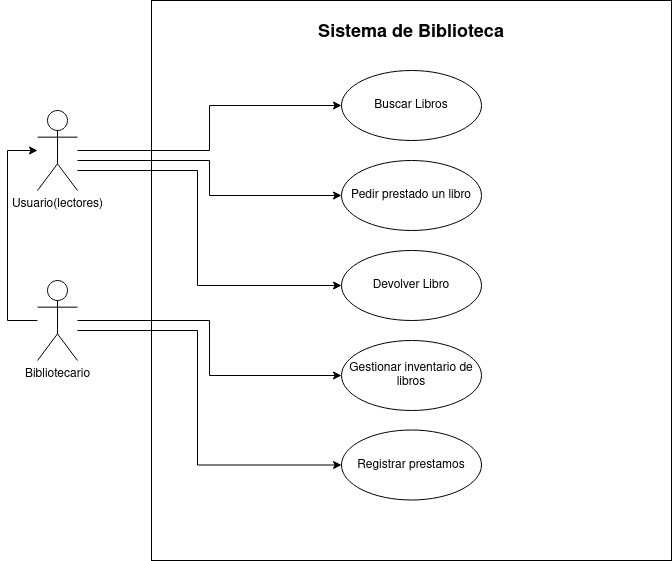
alejandrosalazargonzalez/tarea-diagramas keeps this draw.io diagram as Biblioteca.png. Above is the earlier version. Source tidied: cells renumbered, new cells last; positions are measured from the earlier drawing's top-left corner, leaving out a move shared by most shapes. Its diagram source:
```xml
<mxGraphModel>
  <root>
    <mxCell id="0" />
    <mxCell id="1" parent="0" />
    <mxCell id="2" style="group;" parent="1" vertex="1">
      <mxGeometry x="144" width="520" height="560" as="geometry" />
    </mxCell>
    <mxCell id="3" value="&lt;h2 dir=&quot;auto&quot; class=&quot;heading-element&quot; tabindex=&quot;-1&quot;&gt;Sistema de Biblioteca&lt;/h2&gt;" style="shape=rect;html=1;verticalAlign=top;fontStyle=1;whiteSpace=wrap;align=center;fillColor=none;" parent="2" vertex="1">
      <mxGeometry width="520" height="560" as="geometry" />
    </mxCell>
    <mxCell id="4" value="Buscar Libros" style="ellipse;whiteSpace=wrap;html=1;" parent="2" vertex="1">
      <mxGeometry x="190" y="70" width="140" height="70" as="geometry" />
    </mxCell>
    <mxCell id="5" value="Pedir prestado un libro" style="ellipse;whiteSpace=wrap;html=1;" parent="2" vertex="1">
      <mxGeometry x="190" y="160" width="140" height="70" as="geometry" />
    </mxCell>
    <mxCell id="6" value="Devolver Libro" style="ellipse;whiteSpace=wrap;html=1;" parent="2" vertex="1">
      <mxGeometry x="190" y="250" width="140" height="70" as="geometry" />
    </mxCell>
    <mxCell id="7" value="Gestionar inventario de libros" style="ellipse;whiteSpace=wrap;html=1;" parent="2" vertex="1">
      <mxGeometry x="190" y="340" width="140" height="70" as="geometry" />
    </mxCell>
    <mxCell id="8" value="Registrar prestamos" style="ellipse;whiteSpace=wrap;html=1;" parent="2" vertex="1">
      <mxGeometry x="190" y="429.5" width="140" height="70" as="geometry" />
    </mxCell>
    <mxCell id="9" style="edgeStyle=orthogonalEdgeStyle;rounded=0;jettySize=auto;html=1;entryX=0;entryY=0.5;entryDx=0;entryDy=0;" parent="1" edge="1" source="12" target="4">
      <mxGeometry relative="1" as="geometry" />
    </mxCell>
    <mxCell id="10" style="edgeStyle=orthogonalEdgeStyle;rounded=0;jettySize=auto;html=1;entryX=0;entryY=0.5;entryDx=0;entryDy=0;" parent="1" edge="1" source="12" target="5">
      <mxGeometry relative="1" as="geometry">
        <Array as="points">
          <mxPoint x="202" y="160" />
          <mxPoint x="202" y="195" />
        </Array>
      </mxGeometry>
    </mxCell>
    <mxCell id="11" style="edgeStyle=orthogonalEdgeStyle;rounded=0;jettySize=auto;html=1;entryX=0;entryY=0.5;entryDx=0;entryDy=0;" parent="1" edge="1" source="12" target="6">
      <mxGeometry relative="1" as="geometry">
        <Array as="points">
          <mxPoint x="190" y="170" />
          <mxPoint x="190" y="285" />
        </Array>
      </mxGeometry>
    </mxCell>
    <mxCell id="12" value="Usuario(lectores)" style="shape=umlActor;html=1;verticalLabelPosition=bottom;verticalAlign=top;align=center;" parent="1" vertex="1">
      <mxGeometry x="30" y="110" width="40" height="80" as="geometry" />
    </mxCell>
    <mxCell id="13" style="edgeStyle=orthogonalEdgeStyle;rounded=0;jettySize=auto;html=1;entryX=0;entryY=0.5;entryDx=0;entryDy=0;" parent="1" edge="1" source="16" target="7">
      <mxGeometry relative="1" as="geometry" />
    </mxCell>
    <mxCell id="14" style="edgeStyle=orthogonalEdgeStyle;rounded=0;jettySize=auto;html=1;entryX=0;entryY=0.5;entryDx=0;entryDy=0;" parent="1" edge="1" source="16" target="8">
      <mxGeometry relative="1" as="geometry">
        <Array as="points">
          <mxPoint x="190" y="330" />
          <mxPoint x="190" y="465" />
        </Array>
      </mxGeometry>
    </mxCell>
    <mxCell id="15" style="edgeStyle=orthogonalEdgeStyle;rounded=0;jettySize=auto;html=1;" parent="1" edge="1" source="16" target="12">
      <mxGeometry relative="1" as="geometry">
        <Array as="points">
          <mxPoint y="320" />
          <mxPoint y="150" />
        </Array>
      </mxGeometry>
    </mxCell>
    <mxCell id="16" value="&lt;div&gt;Bibliotecario&lt;/div&gt;" style="shape=umlActor;html=1;verticalLabelPosition=bottom;verticalAlign=top;align=center;" parent="1" vertex="1">
      <mxGeometry x="30" y="280" width="40" height="80" as="geometry" />
    </mxCell>
  </root>
</mxGraphModel>
```
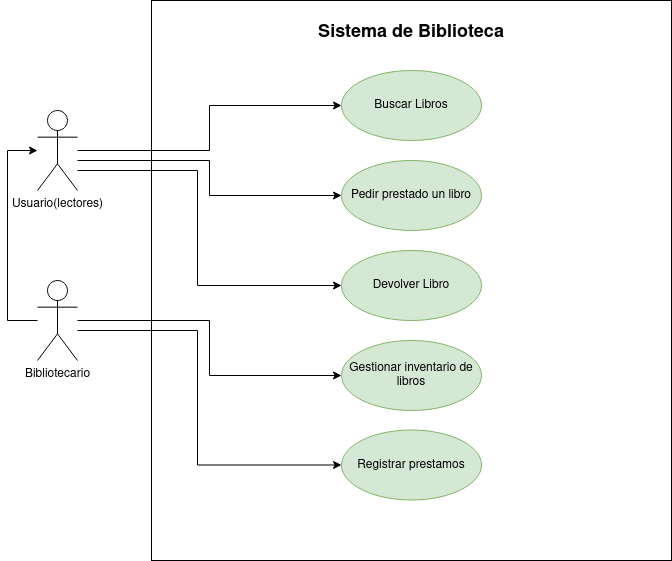
The same file after the commit.

What changed in the source:
```diff
@@ -8,19 +8,19 @@
     <mxCell id="3" value="&lt;h2 dir=&quot;auto&quot; class=&quot;heading-element&quot; tabindex=&quot;-1&quot;&gt;Sistema de Biblioteca&lt;/h2&gt;" style="shape=rect;html=1;verticalAlign=top;fontStyle=1;whiteSpace=wrap;align=center;fillColor=none;" parent="2" vertex="1">
       <mxGeometry width="520" height="560" as="geometry" />
     </mxCell>
-    <mxCell id="4" value="Buscar Libros" style="ellipse;whiteSpace=wrap;html=1;" parent="2" vertex="1">
+    <mxCell id="4" value="Buscar Libros" style="ellipse;whiteSpace=wrap;html=1;fillColor=#d5e8d4;strokeColor=#82b366;" parent="2" vertex="1">
       <mxGeometry x="190" y="70" width="140" height="70" as="geometry" />
     </mxCell>
-    <mxCell id="5" value="Pedir prestado un libro" style="ellipse;whiteSpace=wrap;html=1;" parent="2" vertex="1">
+    <mxCell id="5" value="Pedir prestado un libro" style="ellipse;whiteSpace=wrap;html=1;fillColor=#d5e8d4;strokeColor=#82b366;" parent="2" vertex="1">
       <mxGeometry x="190" y="160" width="140" height="70" as="geometry" />
     </mxCell>
-    <mxCell id="6" value="Devolver Libro" style="ellipse;whiteSpace=wrap;html=1;" parent="2" vertex="1">
+    <mxCell id="6" value="Devolver Libro" style="ellipse;whiteSpace=wrap;html=1;fillColor=#d5e8d4;strokeColor=#82b366;" parent="2" vertex="1">
       <mxGeometry x="190" y="250" width="140" height="70" as="geometry" />
     </mxCell>
-    <mxCell id="7" value="Gestionar inventario de libros" style="ellipse;whiteSpace=wrap;html=1;" parent="2" vertex="1">
+    <mxCell id="7" value="Gestionar inventario de libros" style="ellipse;whiteSpace=wrap;html=1;fillColor=#d5e8d4;strokeColor=#82b366;" parent="2" vertex="1">
       <mxGeometry x="190" y="340" width="140" height="70" as="geometry" />
     </mxCell>
-    <mxCell id="8" value="Registrar prestamos" style="ellipse;whiteSpace=wrap;html=1;" parent="2" vertex="1">
+    <mxCell id="8" value="Registrar prestamos" style="ellipse;whiteSpace=wrap;html=1;fillColor=#d5e8d4;strokeColor=#82b366;" parent="2" vertex="1">
       <mxGeometry x="190" y="429.5" width="140" height="70" as="geometry" />
     </mxCell>
     <mxCell id="9" style="edgeStyle=orthogonalEdgeStyle;rounded=0;jettySize=auto;html=1;entryX=0;entryY=0.5;entryDx=0;entryDy=0;" parent="1" edge="1" source="12" target="4">
```
